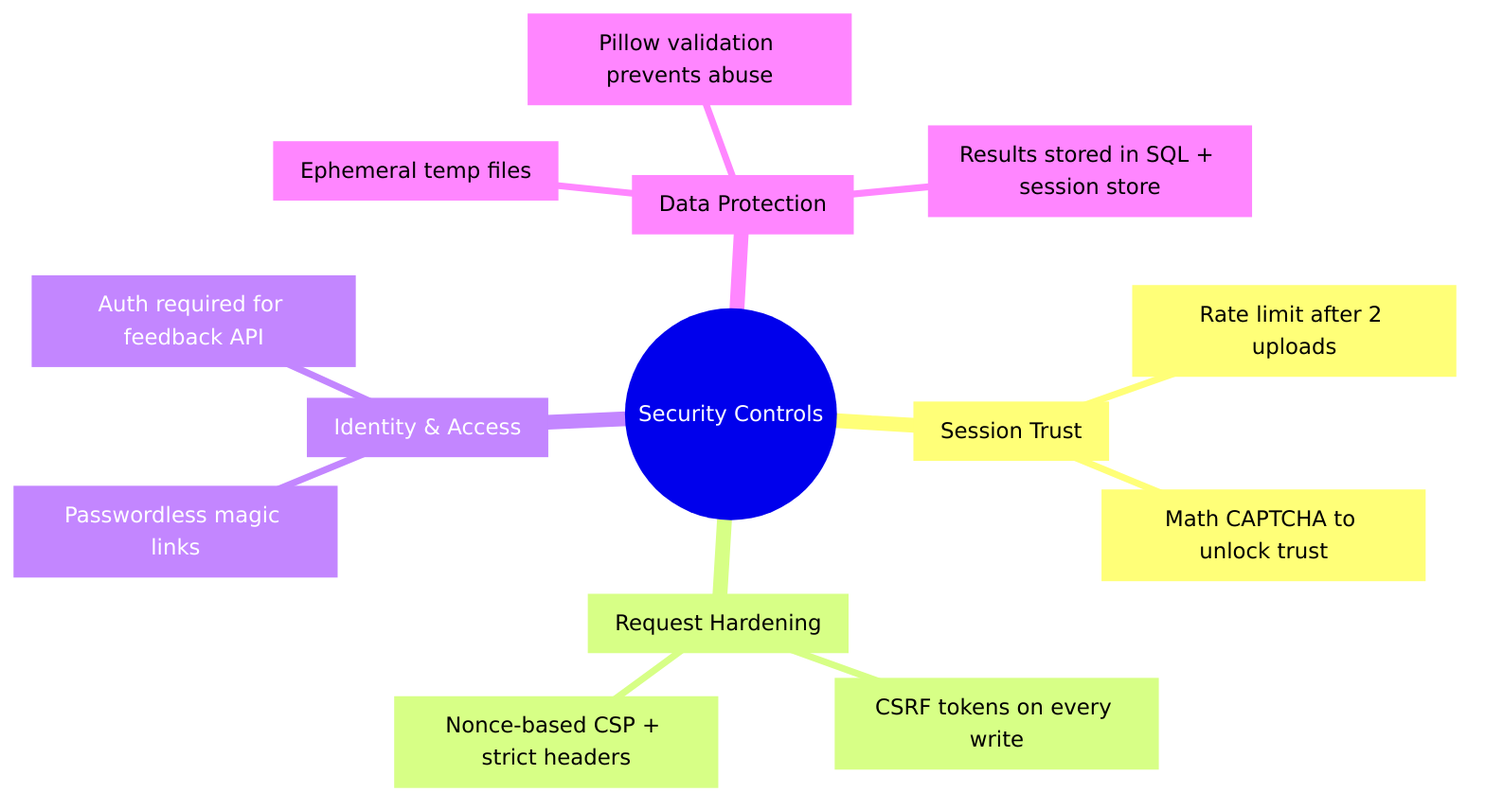
Earlier version of the Mermaid export public/images/security-mindmap.png (Red-Turtles/Proof-Of-Concept-Demo). Its source is kept beside it as docs/diagram_sources/security-mindmap.mmd.
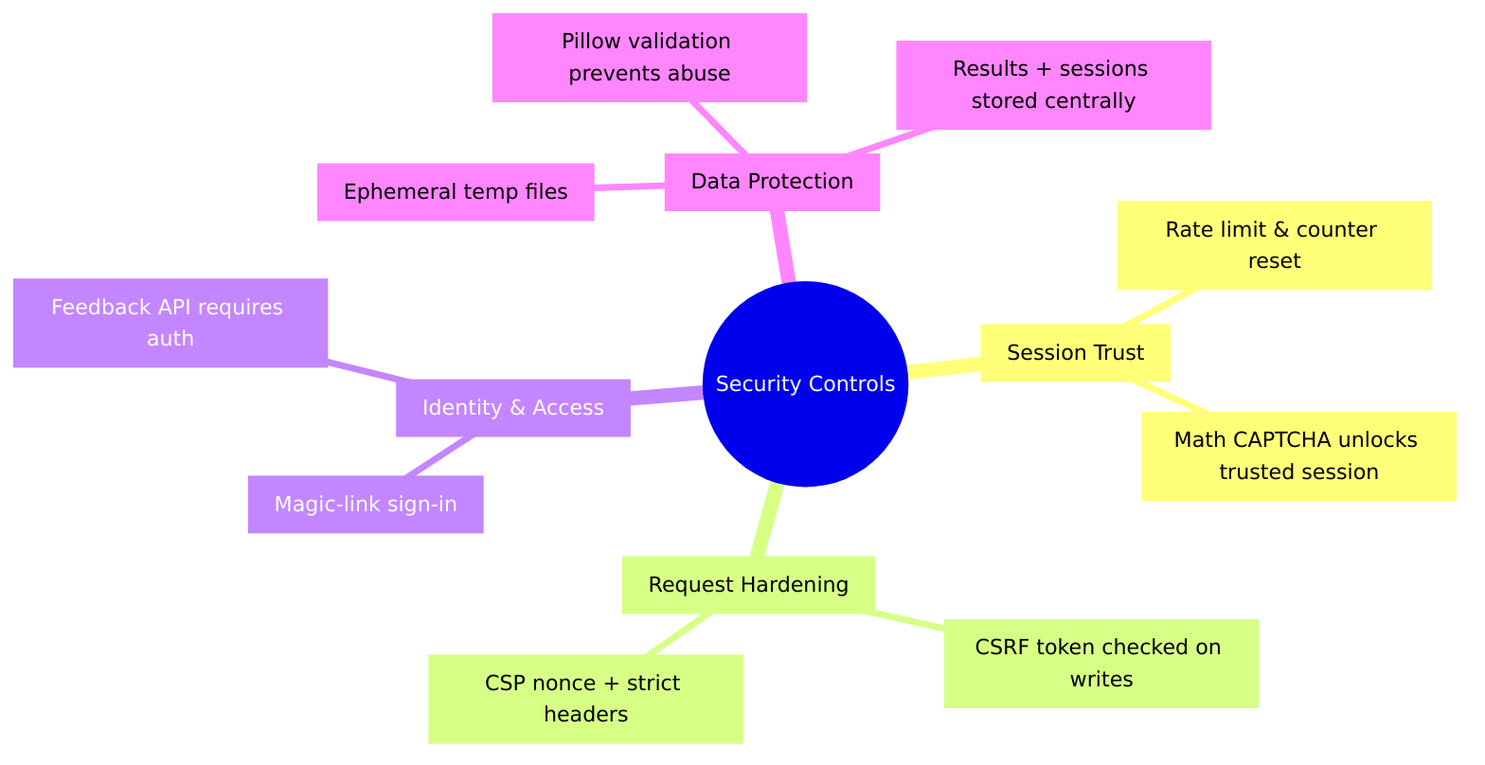
After the commit.

What changed in the source:
```diff
@@ -1,15 +1,15 @@
 mindmap
   root((Security Controls))
     trust["Session Trust"]
-      rate_limit["Rate limit after 2 uploads"]
-      captcha_gate["Math CAPTCHA to unlock trust"]
+      rate_limit["Rate limit & counter reset"]
+      captcha_gate["Math CAPTCHA unlocks trusted session"]
     hardening["Request Hardening"]
-      csrf["CSRF tokens on every write"]
-      csp["Nonce-based CSP + strict headers"]
+      csrf["CSRF token checked on writes"]
+      csp["CSP nonce + strict headers"]
     identity["Identity & Access"]
-      magic_links["Passwordless magic links"]
-      feedback_guard["Auth required for feedback API"]
+      magic_links["Magic-link sign-in"]
+      feedback_guard["Feedback API requires auth"]
     data["Data Protection"]
       temp_cleanup["Ephemeral temp files"]
       validation["Pillow validation prevents abuse"]
-      storage["Results stored in SQL + session store"]
+      storage["Results + sessions stored centrally"]
```
